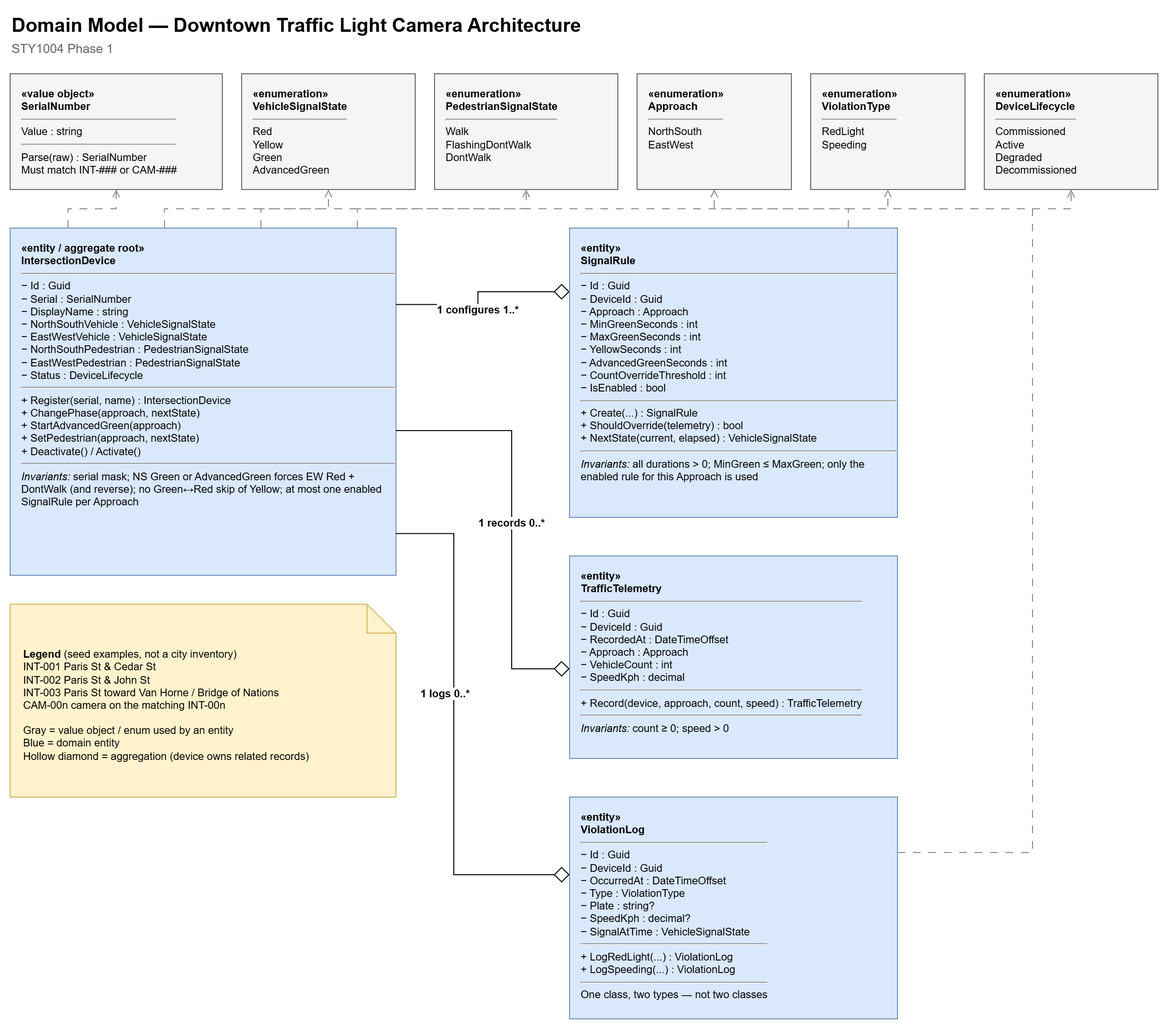
The draw.io diagram Phase 1/Domain-Model-Diagram.png in ryanspencer20/STY1004---Capstone-Project, before a commit. Source tidied: cells renumbered, new cells last; positions are measured from the earlier drawing's top-left corner, leaving out a move shared by most shapes.
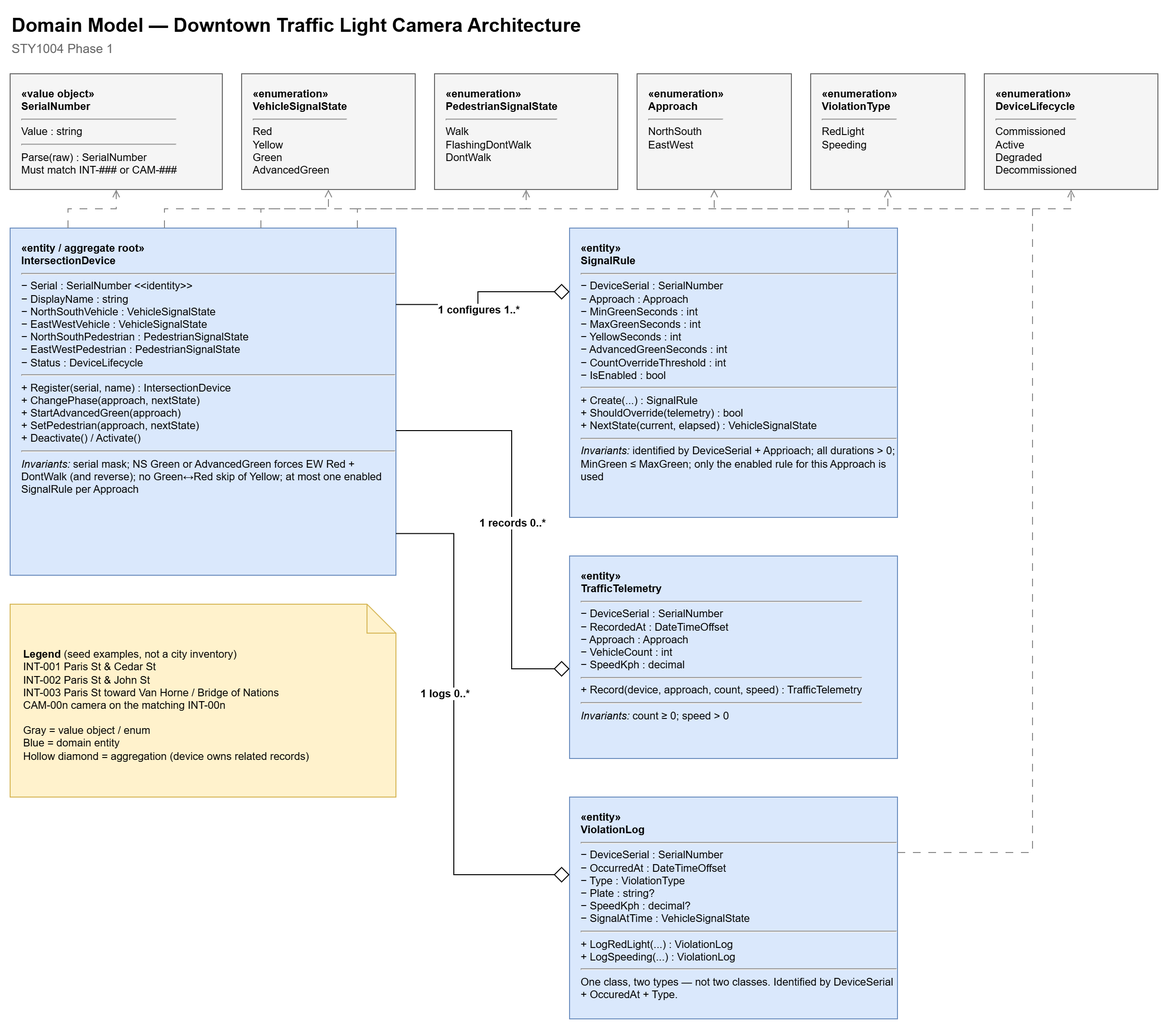
After the commit.

Commit message:
Replace Guid IDs with unique serial numbers and device names.

What changed in the source:
```diff
@@ -26,19 +26,19 @@
     <mxCell id="9" value="&lt;b&gt;«enumeration»&lt;/b&gt;&lt;br&gt;&lt;b&gt;DeviceLifecycle&lt;/b&gt;&lt;hr&gt;Commissioned&lt;br&gt;Active&lt;br&gt;Degraded&lt;br&gt;Decommissioned" style="rounded=0;whiteSpace=wrap;html=1;align=left;verticalAlign=top;spacingLeft=10;spacingTop=8;fillColor=#f5f5f5;strokeColor=#666666;fontSize=11;" parent="1" vertex="1">
       <mxGeometry x="1010" y="66" width="180" height="120" as="geometry" />
     </mxCell>
-    <mxCell id="10" value="&lt;b&gt;«entity / aggregate root»&lt;/b&gt;&lt;br&gt;&lt;b&gt;IntersectionDevice&lt;/b&gt;&lt;hr&gt;− Id : Guid&lt;br&gt;− Serial : SerialNumber&lt;br&gt;− DisplayName : string&lt;br&gt;− NorthSouthVehicle : VehicleSignalState&lt;br&gt;− EastWestVehicle : VehicleSignalState&lt;br&gt;− NorthSouthPedestrian : PedestrianSignalState&lt;br&gt;− EastWestPedestrian : PedestrianSignalState&lt;br&gt;− Status : DeviceLifecycle&lt;hr&gt;+ Register(serial, name) : IntersectionDevice&lt;br&gt;+ ChangePhase(approach, nextState)&lt;br&gt;+ StartAdvancedGreen(approach)&lt;br&gt;+ SetPedestrian(approach, nextState)&lt;br&gt;+ Deactivate() / Activate()&lt;hr&gt;&lt;i&gt;Invariants:&lt;/i&gt; serial mask; NS Green or AdvancedGreen forces EW Red + DontWalk (and reverse); no Green↔Red skip of Yellow; at most one enabled SignalRule per Approach" style="rounded=0;whiteSpace=wrap;html=1;align=left;verticalAlign=top;spacingLeft=10;spacingTop=8;fillColor=#dae8fc;strokeColor=#6c8ebf;fontSize=11;" parent="1" vertex="1">
+    <mxCell id="10" value="&lt;b&gt;«entity / aggregate root»&lt;/b&gt;&lt;br&gt;&lt;b&gt;IntersectionDevice&lt;/b&gt;&lt;hr&gt;− Serial : SerialNumber &amp;lt;&amp;lt;identity&amp;gt;&amp;gt;&lt;br&gt;− DisplayName : string&lt;br&gt;− NorthSouthVehicle : VehicleSignalState&lt;br&gt;− EastWestVehicle : VehicleSignalState&lt;br&gt;− NorthSouthPedestrian : PedestrianSignalState&lt;br&gt;− EastWestPedestrian : PedestrianSignalState&lt;br&gt;− Status : DeviceLifecycle&lt;hr&gt;+ Register(serial, name) : IntersectionDevice&lt;br&gt;+ ChangePhase(approach, nextState)&lt;br&gt;+ StartAdvancedGreen(approach)&lt;br&gt;+ SetPedestrian(approach, nextState)&lt;br&gt;+ Deactivate() / Activate()&lt;hr&gt;&lt;i&gt;Invariants:&lt;/i&gt; serial mask; NS Green or AdvancedGreen forces EW Red + DontWalk (and reverse); no Green↔Red skip of Yellow; at most one enabled SignalRule per Approach" style="rounded=0;whiteSpace=wrap;html=1;align=left;verticalAlign=top;spacingLeft=10;spacingTop=8;fillColor=#dae8fc;strokeColor=#6c8ebf;fontSize=11;" parent="1" vertex="1">
       <mxGeometry y="226" width="400" height="360" as="geometry" />
     </mxCell>
-    <mxCell id="11" value="&lt;b&gt;«entity»&lt;/b&gt;&lt;br&gt;&lt;b&gt;SignalRule&lt;/b&gt;&lt;hr&gt;− Id : Guid&lt;br&gt;− DeviceId : Guid&lt;br&gt;− Approach : Approach&lt;br&gt;− MinGreenSeconds : int&lt;br&gt;− MaxGreenSeconds : int&lt;br&gt;− YellowSeconds : int&lt;br&gt;− AdvancedGreenSeconds : int&lt;br&gt;− CountOverrideThreshold : int&lt;br&gt;− IsEnabled : bool&lt;hr&gt;+ Create(...) : SignalRule&lt;br&gt;+ ShouldOverride(telemetry) : bool&lt;br&gt;+ NextState(current, elapsed) : VehicleSignalState&lt;hr&gt;&lt;i&gt;Invariants:&lt;/i&gt; all durations &gt; 0; MinGreen ≤ MaxGreen; only the enabled rule for this Approach is used" style="rounded=0;whiteSpace=wrap;html=1;align=left;verticalAlign=top;spacingLeft=10;spacingTop=8;fillColor=#dae8fc;strokeColor=#6c8ebf;fontSize=11;" parent="1" vertex="1">
+    <mxCell id="11" value="&lt;b&gt;«entity»&lt;/b&gt;&lt;br&gt;&lt;b&gt;SignalRule&lt;/b&gt;&lt;hr&gt;− DeviceSerial : SerialNumber&lt;br&gt;− Approach : Approach&lt;br&gt;− MinGreenSeconds : int&lt;br&gt;− MaxGreenSeconds : int&lt;br&gt;− YellowSeconds : int&lt;br&gt;− AdvancedGreenSeconds : int&lt;br&gt;− CountOverrideThreshold : int&lt;br&gt;− IsEnabled : bool&lt;hr&gt;+ Create(...) : SignalRule&lt;br&gt;+ ShouldOverride(telemetry) : bool&lt;br&gt;+ NextState(current, elapsed) : VehicleSignalState&lt;hr&gt;&lt;i&gt;Invariants:&lt;/i&gt;&amp;nbsp;identified by DeviceSerial + Apprioach; all durations &amp;gt; 0; MinGreen ≤ MaxGreen; only the enabled rule for this Approach is used" style="rounded=0;whiteSpace=wrap;html=1;align=left;verticalAlign=top;spacingLeft=10;spacingTop=8;fillColor=#dae8fc;strokeColor=#6c8ebf;fontSize=11;" parent="1" vertex="1">
       <mxGeometry x="580" y="226" width="340" height="300" as="geometry" />
     </mxCell>
-    <mxCell id="12" value="&lt;b&gt;«entity»&lt;/b&gt;&lt;br&gt;&lt;b&gt;TrafficTelemetry&lt;/b&gt;&lt;hr&gt;− Id : Guid&lt;br&gt;− DeviceId : Guid&lt;br&gt;− RecordedAt : DateTimeOffset&lt;br&gt;− Approach : Approach&lt;br&gt;− VehicleCount : int&lt;br&gt;− SpeedKph : decimal&lt;hr&gt;+ Record(device, approach, count, speed) : TrafficTelemetry&lt;hr&gt;&lt;i&gt;Invariants:&lt;/i&gt; count ≥ 0; speed &gt; 0" style="rounded=0;whiteSpace=wrap;html=1;align=left;verticalAlign=top;spacingLeft=10;spacingTop=8;fillColor=#dae8fc;strokeColor=#6c8ebf;fontSize=11;" parent="1" vertex="1">
+    <mxCell id="12" value="&lt;b&gt;«entity»&lt;/b&gt;&lt;br&gt;&lt;b&gt;TrafficTelemetry&lt;/b&gt;&lt;hr&gt;− DeviceSerial : SerialNumber&lt;br&gt;− RecordedAt : DateTimeOffset&lt;br&gt;− Approach : Approach&lt;br&gt;− VehicleCount : int&lt;br&gt;− SpeedKph : decimal&lt;hr&gt;+ Record(device, approach, count, speed) : TrafficTelemetry&lt;hr&gt;&lt;i&gt;Invariants:&lt;/i&gt; count ≥ 0; speed &amp;gt; 0" style="rounded=0;whiteSpace=wrap;html=1;align=left;verticalAlign=top;spacingLeft=10;spacingTop=8;fillColor=#dae8fc;strokeColor=#6c8ebf;fontSize=11;" parent="1" vertex="1">
       <mxGeometry x="580" y="566" width="340" height="210" as="geometry" />
     </mxCell>
-    <mxCell id="13" value="&lt;b&gt;«entity»&lt;/b&gt;&lt;br&gt;&lt;b&gt;ViolationLog&lt;/b&gt;&lt;hr&gt;− Id : Guid&lt;br&gt;− DeviceId : Guid&lt;br&gt;− OccurredAt : DateTimeOffset&lt;br&gt;− Type : ViolationType&lt;br&gt;− Plate : string?&lt;br&gt;− SpeedKph : decimal?&lt;br&gt;− SignalAtTime : VehicleSignalState&lt;hr&gt;+ LogRedLight(...) : ViolationLog&lt;br&gt;+ LogSpeeding(...) : ViolationLog&lt;hr&gt;One class, two types — not two classes" style="rounded=0;whiteSpace=wrap;html=1;align=left;verticalAlign=top;spacingLeft=10;spacingTop=8;fillColor=#dae8fc;strokeColor=#6c8ebf;fontSize=11;" parent="1" vertex="1">
+    <mxCell id="13" value="&lt;b&gt;«entity»&lt;/b&gt;&lt;br&gt;&lt;b&gt;ViolationLog&lt;/b&gt;&lt;hr&gt;− DeviceSerial : SerialNumber&lt;br&gt;− OccurredAt : DateTimeOffset&lt;br&gt;− Type : ViolationType&lt;br&gt;− Plate : string?&lt;br&gt;− SpeedKph : decimal?&lt;br&gt;− SignalAtTime : VehicleSignalState&lt;hr&gt;+ LogRedLight(...) : ViolationLog&lt;br&gt;+ LogSpeeding(...) : ViolationLog&lt;hr&gt;One class, two types — not two classes. Identified by DeviceSerial + OccuredAt + Type." style="rounded=0;whiteSpace=wrap;html=1;align=left;verticalAlign=top;spacingLeft=10;spacingTop=8;fillColor=#dae8fc;strokeColor=#6c8ebf;fontSize=11;" parent="1" vertex="1">
       <mxGeometry x="580" y="816" width="340" height="230" as="geometry" />
     </mxCell>
-    <mxCell id="14" value="&lt;b&gt;Legend&lt;/b&gt; (seed examples, not a city inventory)&lt;br&gt;INT-001  Paris St &amp; Cedar St&lt;br&gt;INT-002  Paris St &amp; John St&lt;br&gt;INT-003  Paris St toward Van Horne / Bridge of Nations&lt;br&gt;CAM-00n  camera on the matching INT-00n&lt;br&gt;&lt;br&gt;Gray = value object / enum used by an entity&lt;br&gt;Blue = domain entity&lt;br&gt;Hollow diamond = aggregation (device owns related records)" style="shape=note;whiteSpace=wrap;html=1;align=left;spacingLeft=12;spacingTop=10;fillColor=#fff2cc;strokeColor=#d6b656;fontSize=11;" parent="1" vertex="1">
+    <mxCell id="14" value="&lt;b&gt;Legend&lt;/b&gt; (seed examples, not a city inventory)&lt;br&gt;INT-001  Paris St &amp;amp; Cedar St&lt;br&gt;INT-002  Paris St &amp;amp; John St&lt;br&gt;INT-003  Paris St toward Van Horne / Bridge of Nations&lt;br&gt;CAM-00n  camera on the matching INT-00n&lt;br&gt;&lt;br&gt;Gray = value object / enum&lt;br&gt;Blue = domain entity&lt;br&gt;Hollow diamond = aggregation (device owns related records)" style="shape=note;whiteSpace=wrap;html=1;align=left;spacingLeft=12;spacingTop=10;fillColor=#fff2cc;strokeColor=#d6b656;fontSize=11;" parent="1" vertex="1">
       <mxGeometry y="616" width="400" height="200" as="geometry" />
     </mxCell>
     <mxCell id="15" style="edgeStyle=orthogonalEdgeStyle;rounded=0;jettySize=auto;html=1;endArrow=diamond;endFill=0;endSize=14;strokeWidth=1;exitX=1;exitY=0.22;exitDx=0;exitDy=0;entryX=0;entryY=0.22;entryDx=0;entryDy=0;" parent="1" edge="1" source="10" target="11">
```
